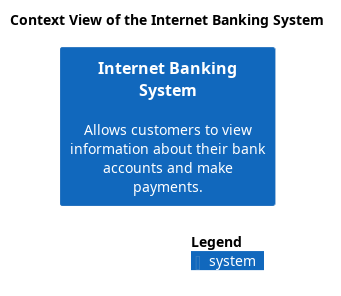
Above: docs/mybank/digital-banking/internet-banking-system/context-view.png in soulspace-org/my-bank-model (PlantUML), before the change.
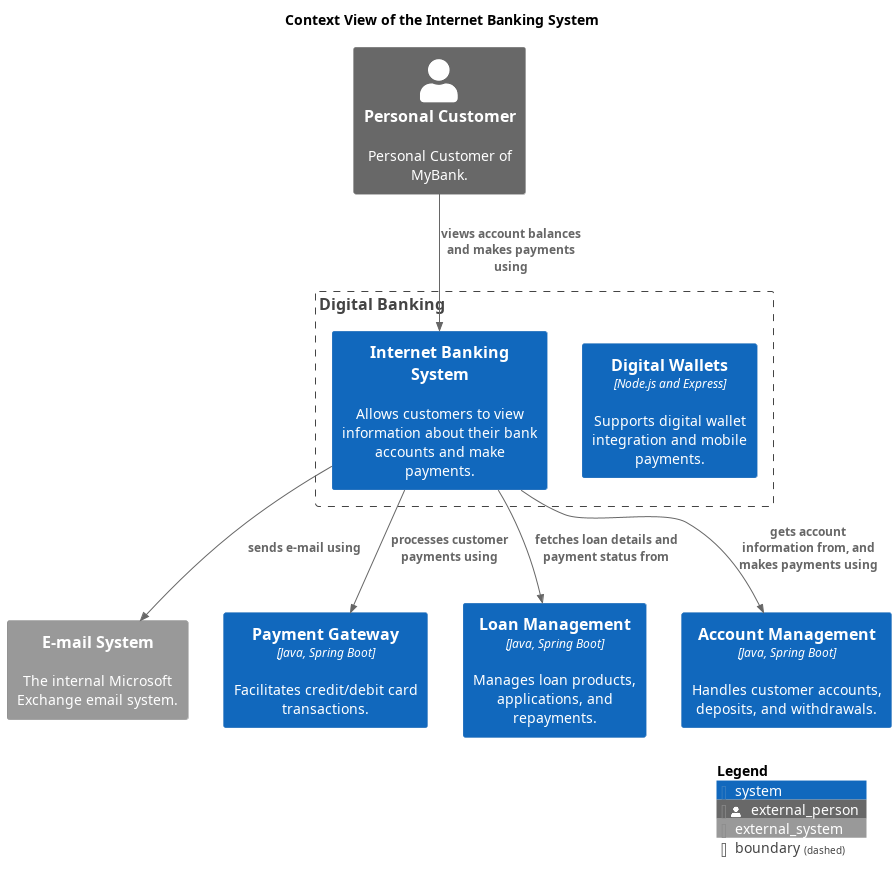
After the change.

Diff of the diagram source:
```diff
@@ -13,6 +13,20 @@
 
 
 title Context View of the Internet Banking System
-System(mybank_digitalBanking_internetBankingSystem_internetBankingSystem, "Internet Banking System", $descr="Allows customers to view information about their bank accounts and make payments.")
+System_Ext(mybank_emailSystem, "E-mail System", $descr="The internal Microsoft Exchange email system.")
+Person_Ext(mybank_personalCustomer, "Personal Customer", $descr="Personal Customer of MyBank.")
+System(mybank_payment_paymentGatewaySystem, "Payment Gateway", $descr="Facilitates credit/debit card transactions.", $type="Java, Spring Boot")
+System(mybank_coreBanking_loanManagementSystem, "Loan Management", $descr="Manages loan products, applications, and repayments.", $type="Java, Spring Boot")
+System(mybank_coreBanking_accountManagementSystem, "Account Management", $descr="Handles customer accounts, deposits, and withdrawals.", $type="Java, Spring Boot")
+Boundary(mybank_digitalBanking_contextBoundary, "Digital Banking") {
+  System(mybank_digitalBanking_digitalWalletsSystem, "Digital Wallets", $descr="Supports digital wallet integration and mobile payments.", $type="Node.js and Express")
+  System(mybank_digitalBanking_internetBankingSystem_internetBankingSystem, "Internet Banking System", $descr="Allows customers to view information about their bank accounts and make payments.")
+  System(mybank_digitalBanking_internetBankingSystem_internetBankingSystem, "Internet Banking System", $descr="Allows customers to view information about their bank accounts and make payments.")
+}
+Rel(mybank_digitalBanking_internetBankingSystem_internetBankingSystem, mybank_emailSystem, "sends e-mail using")
+Rel(mybank_digitalBanking_internetBankingSystem_internetBankingSystem, mybank_coreBanking_loanManagementSystem, "fetches loan details and payment status from")
+Rel(mybank_personalCustomer, mybank_digitalBanking_internetBankingSystem_internetBankingSystem, "views account balances and makes payments using")
+Rel(mybank_digitalBanking_internetBankingSystem_internetBankingSystem, mybank_coreBanking_accountManagementSystem, "gets account information from, and makes payments using")
+Rel(mybank_digitalBanking_internetBankingSystem_internetBankingSystem, mybank_payment_paymentGatewaySystem, "processes customer payments using")
 SHOW_LEGEND()
 @enduml
```
